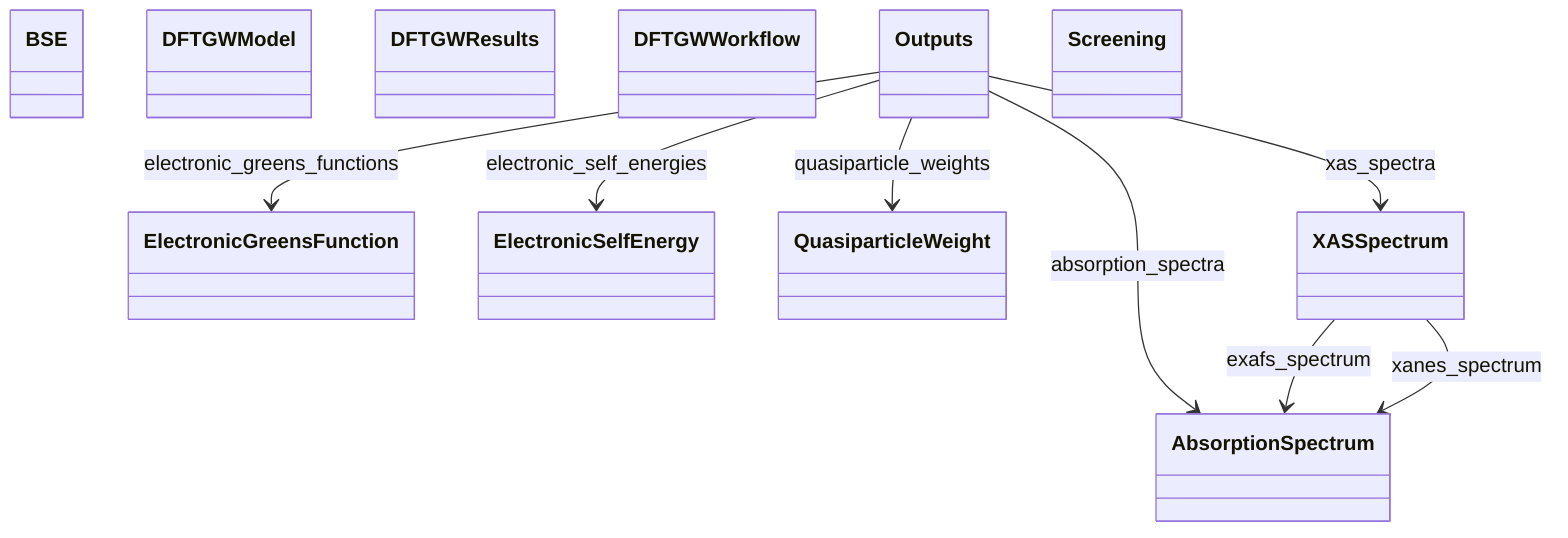
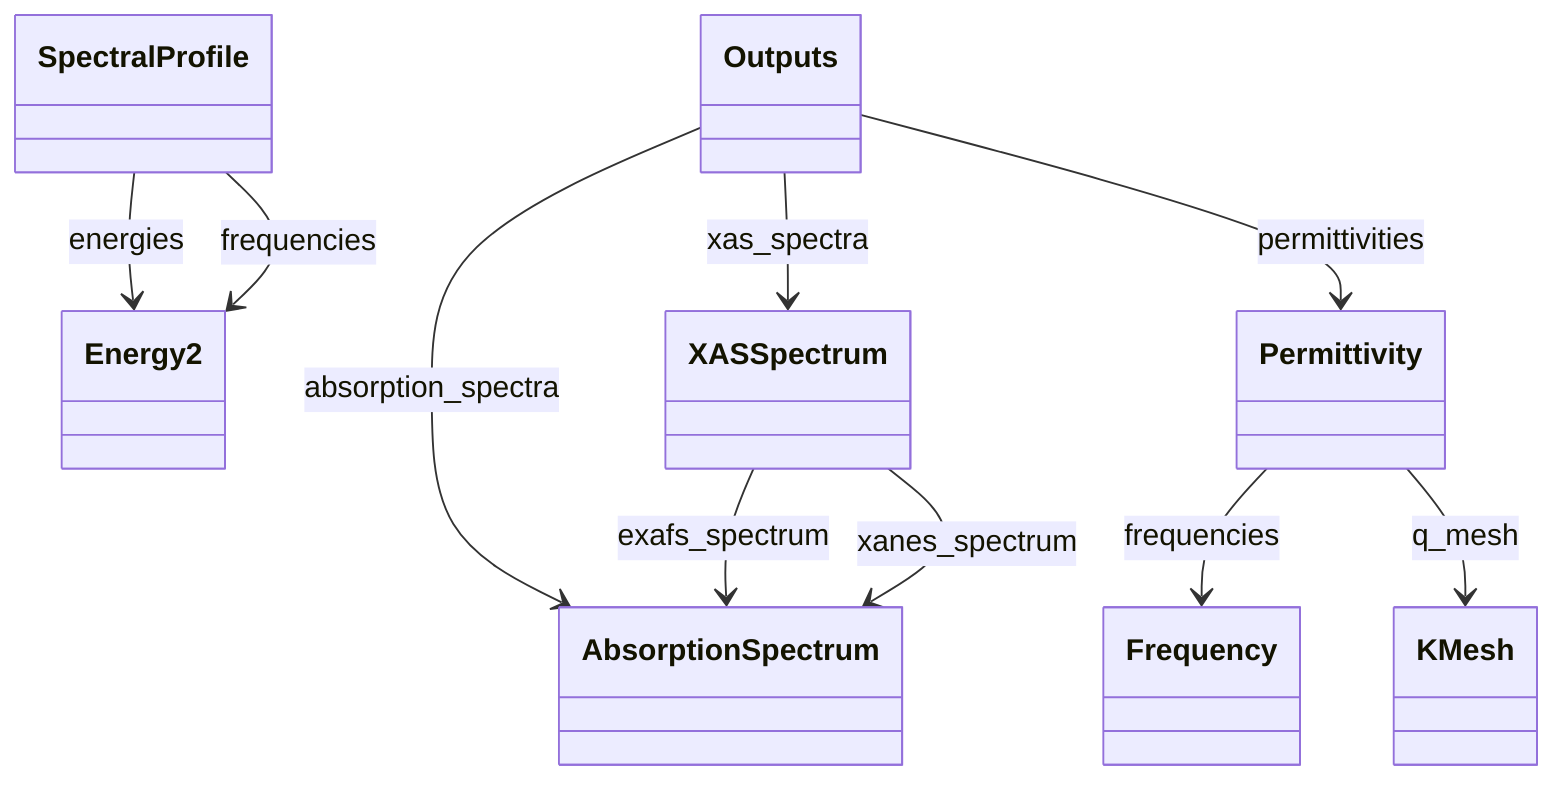
classDiagram
    class AbsorptionSpectrum
-     class BSE
-     class DFTGWModel
-     class DFTGWResults
-     class DFTGWWorkflow
-     class ElectronicGreensFunction
-     class ElectronicSelfEnergy
+     class Energy2
+     class Frequency
+     class KMesh
    class Outputs
-     class QuasiparticleWeight
-     class Screening
+     class Permittivity
+     class SpectralProfile
    class XASSpectrum
    Outputs --> AbsorptionSpectrum : absorption_spectra
-     Outputs --> ElectronicGreensFunction : electronic_greens_functions
-     Outputs --> ElectronicSelfEnergy : electronic_self_energies
-     Outputs --> QuasiparticleWeight : quasiparticle_weights
+     Outputs --> Permittivity : permittivities
    Outputs --> XASSpectrum : xas_spectra
+     Permittivity --> Frequency : frequencies
+     Permittivity --> KMesh : q_mesh
+     SpectralProfile --> Energy2 : energies
+     SpectralProfile --> Energy2 : frequencies
    XASSpectrum --> AbsorptionSpectrum : exafs_spectrum
    XASSpectrum --> AbsorptionSpectrum : xanes_spectrum
